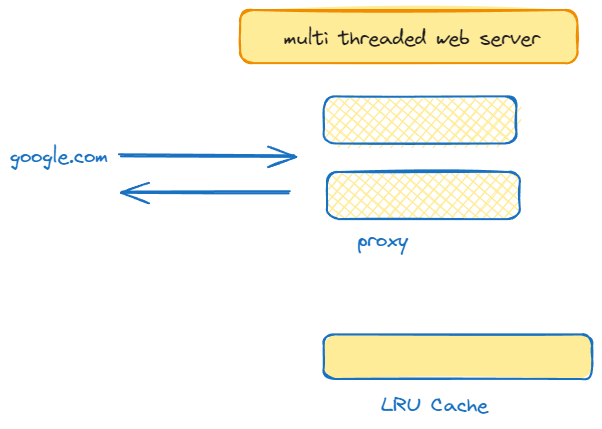
The Excalidraw diagram DIAGRAM.excalidraw.png in subhadipbhowmik/multithreaded-proxy-web-server, before a commit. Source tidied: one line per element, renumbered; positions are measured from the earlier drawing's top-left corner, leaving out a move shared by most shapes. Its diagram source:
```json
{"id": 0, "type": "rectangle", "strokeColor": "#f08c00", "backgroundColor": "#ffec99", "fillStyle": "solid", "strokeWidth": 2, "roughness": 1, "round": true, "x": 230, "y": 0, "width": 337, "height": 53}
{"id": 1, "type": "text", "text": "multi threaded web server", "strokeColor": "#1e1e1e", "strokeWidth": 2, "roughness": 1, "fontSize": 20, "fontFamily": 1, "x": 274, "y": 17, "width": 256, "height": 25}
{"id": 2, "type": "text", "text": "google.com", "strokeColor": "#1971c2", "backgroundColor": "#ffec99", "fillStyle": "solid", "strokeWidth": 2, "roughness": 1, "fontSize": 20, "fontFamily": 1, "x": 0, "y": 135, "width": 98, "height": 25}
{"id": 3, "type": "rectangle", "strokeColor": "#1971c2", "backgroundColor": "#ffec99", "fillStyle": "cross-hatch", "strokeWidth": 2, "roughness": 1, "round": true, "x": 314, "y": 86, "width": 193, "height": 47}
{"id": 4, "type": "rectangle", "strokeColor": "#1971c2", "backgroundColor": "#ffec99", "fillStyle": "cross-hatch", "strokeWidth": 2, "roughness": 1, "round": true, "x": 317, "y": 162, "width": 193, "height": 47}
{"id": 5, "type": "arrow", "strokeColor": "#1971c2", "backgroundColor": "#ffec99", "fillStyle": "cross-hatch", "strokeWidth": 2, "roughness": 1, "endArrowhead": "arrow", "round": true, "from": 2, "x": 109, "y": 145, "width": 176, "height": 0, "points": [[0, 0], [176, 0]]}
{"id": 6, "type": "arrow", "strokeColor": "#1971c2", "backgroundColor": "#ffec99", "fillStyle": "cross-hatch", "strokeWidth": 2, "roughness": 1, "endArrowhead": "arrow", "round": true, "x": 279, "y": 182, "width": 167, "height": 0, "points": [[0, 0], [-167, 0]]}
{"id": 7, "type": "text", "text": "proxy", "strokeColor": "#1971c2", "backgroundColor": "#ffec99", "fillStyle": "cross-hatch", "strokeWidth": 2, "roughness": 1, "fontSize": 20, "fontFamily": 1, "x": 347, "y": 219, "width": 50, "height": 25}
{"id": 8, "type": "rectangle", "strokeColor": "#1971c2", "backgroundColor": "#ffec99", "fillStyle": "solid", "strokeWidth": 2, "roughness": 1, "round": true, "x": 314, "y": 324, "width": 268, "height": 45}
{"id": 9, "type": "text", "text": "LRU Cache", "strokeColor": "#1971c2", "backgroundColor": "#ffec99", "fillStyle": "solid", "strokeWidth": 2, "roughness": 1, "fontSize": 20, "fontFamily": 1, "x": 371, "y": 384, "width": 107, "height": 25}
```
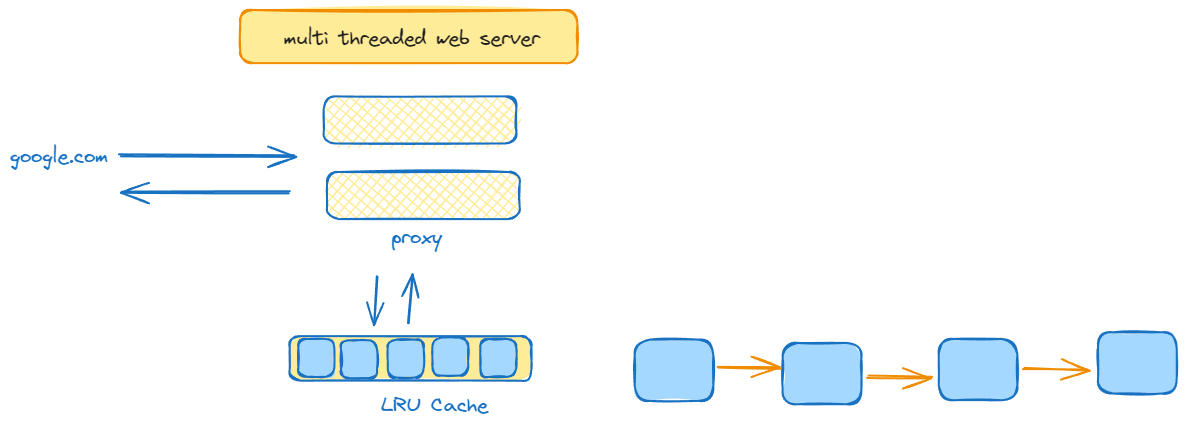
The same file after the commit.

The edit, as a diff of the source:
```diff
@@ -5,6 +5,20 @@
 {"id": 4, "type": "rectangle", "strokeColor": "#1971c2", "backgroundColor": "#ffec99", "fillStyle": "cross-hatch", "strokeWidth": 2, "roughness": 1, "round": true, "x": 317, "y": 162, "width": 193, "height": 47}
 {"id": 5, "type": "arrow", "strokeColor": "#1971c2", "backgroundColor": "#ffec99", "fillStyle": "cross-hatch", "strokeWidth": 2, "roughness": 1, "endArrowhead": "arrow", "round": true, "from": 2, "x": 109, "y": 145, "width": 176, "height": 0, "points": [[0, 0], [176, 0]]}
 {"id": 6, "type": "arrow", "strokeColor": "#1971c2", "backgroundColor": "#ffec99", "fillStyle": "cross-hatch", "strokeWidth": 2, "roughness": 1, "endArrowhead": "arrow", "round": true, "x": 279, "y": 182, "width": 167, "height": 0, "points": [[0, 0], [-167, 0]]}
-{"id": 7, "type": "text", "text": "proxy", "strokeColor": "#1971c2", "backgroundColor": "#ffec99", "fillStyle": "cross-hatch", "strokeWidth": 2, "roughness": 1, "fontSize": 20, "fontFamily": 1, "x": 347, "y": 219, "width": 50, "height": 25}
+{"id": 7, "type": "text", "text": "proxy", "strokeColor": "#1971c2", "backgroundColor": "#ffec99", "fillStyle": "cross-hatch", "strokeWidth": 2, "roughness": 1, "fontSize": 20, "fontFamily": 1, "x": 381, "y": 216, "width": 50, "height": 25}
-{"id": 8, "type": "rectangle", "strokeColor": "#1971c2", "backgroundColor": "#ffec99", "fillStyle": "solid", "strokeWidth": 2, "roughness": 1, "round": true, "x": 314, "y": 324, "width": 268, "height": 45}
+{"id": 8, "type": "rectangle", "strokeColor": "#1971c2", "backgroundColor": "#ffec99", "fillStyle": "solid", "strokeWidth": 2, "roughness": 1, "round": true, "x": 280, "y": 326, "width": 242, "height": 45}
 {"id": 9, "type": "text", "text": "LRU Cache", "strokeColor": "#1971c2", "backgroundColor": "#ffec99", "fillStyle": "solid", "strokeWidth": 2, "roughness": 1, "fontSize": 20, "fontFamily": 1, "x": 371, "y": 384, "width": 107, "height": 25}
+{"id": 10, "type": "arrow", "strokeColor": "#1971c2", "backgroundColor": "#ffec99", "fillStyle": "solid", "strokeWidth": 2, "roughness": 1, "endArrowhead": "arrow", "round": true, "to": 8, "x": 368, "y": 267, "width": 4, "height": 48, "points": [[0, 0], [-4, 48]]}
+{"id": 11, "type": "arrow", "strokeColor": "#1971c2", "backgroundColor": "#ffec99", "fillStyle": "solid", "strokeWidth": 2, "roughness": 1, "endArrowhead": "arrow", "round": true, "from": 8, "x": 399, "y": 313, "width": 4, "height": 48, "points": [[0, 0], [4, -48]]}
+{"id": 12, "type": "rectangle", "strokeColor": "#1971c2", "backgroundColor": "#a5d8ff", "fillStyle": "solid", "strokeWidth": 2, "roughness": 1, "round": true, "x": 288, "y": 329, "width": 36, "height": 38}
+{"id": 13, "type": "rectangle", "strokeColor": "#1971c2", "backgroundColor": "#a5d8ff", "fillStyle": "solid", "strokeWidth": 2, "roughness": 1, "round": true, "x": 331, "y": 330, "width": 36, "height": 38}
+{"id": 14, "type": "rectangle", "strokeColor": "#1971c2", "backgroundColor": "#a5d8ff", "fillStyle": "solid", "strokeWidth": 2, "roughness": 1, "round": true, "x": 378, "y": 330, "width": 36, "height": 38}
+{"id": 15, "type": "rectangle", "strokeColor": "#1971c2", "backgroundColor": "#a5d8ff", "fillStyle": "solid", "strokeWidth": 2, "roughness": 1, "round": true, "x": 422, "y": 328, "width": 36, "height": 38}
+{"id": 16, "type": "rectangle", "strokeColor": "#1971c2", "backgroundColor": "#a5d8ff", "fillStyle": "solid", "strokeWidth": 2, "roughness": 1, "round": true, "x": 470, "y": 329, "width": 36, "height": 38}
+{"id": 17, "type": "rectangle", "strokeColor": "#1971c2", "backgroundColor": "#a5d8ff", "fillStyle": "solid", "strokeWidth": 2, "roughness": 1, "round": true, "x": 625, "y": 330, "width": 79, "height": 61}
+{"id": 18, "type": "rectangle", "strokeColor": "#1971c2", "backgroundColor": "#a5d8ff", "fillStyle": "solid", "strokeWidth": 2, "roughness": 1, "round": true, "x": 773, "y": 333, "width": 79, "height": 61}
+{"id": 19, "type": "rectangle", "strokeColor": "#1971c2", "backgroundColor": "#a5d8ff", "fillStyle": "solid", "strokeWidth": 2, "roughness": 1, "round": true, "x": 929, "y": 329, "width": 79, "height": 61}
+{"id": 20, "type": "rectangle", "strokeColor": "#1971c2", "backgroundColor": "#a5d8ff", "fillStyle": "solid", "strokeWidth": 2, "roughness": 1, "round": true, "x": 1088, "y": 322, "width": 79, "height": 61}
+{"id": 21, "type": "arrow", "strokeColor": "#f08c00", "backgroundColor": "#a5d8ff", "fillStyle": "solid", "strokeWidth": 2, "roughness": 1, "endArrowhead": "arrow", "round": true, "from": 17, "to": 18, "x": 707, "y": 357, "width": 64, "height": 1, "points": [[0, 0], [64, 1]]}
+{"id": 22, "type": "arrow", "strokeColor": "#f08c00", "backgroundColor": "#a5d8ff", "fillStyle": "solid", "strokeWidth": 2, "roughness": 1, "endArrowhead": "arrow", "round": true, "from": 18, "to": 19, "x": 859, "y": 366, "width": 64, "height": 1, "points": [[0, 0], [64, 1]]}
+{"id": 23, "type": "arrow", "strokeColor": "#f08c00", "backgroundColor": "#a5d8ff", "fillStyle": "solid", "strokeWidth": 2, "roughness": 1, "endArrowhead": "arrow", "round": true, "from": 19, "to": 20, "x": 1014, "y": 360, "width": 64, "height": 1, "points": [[0, 0], [64, 1]]}
```
